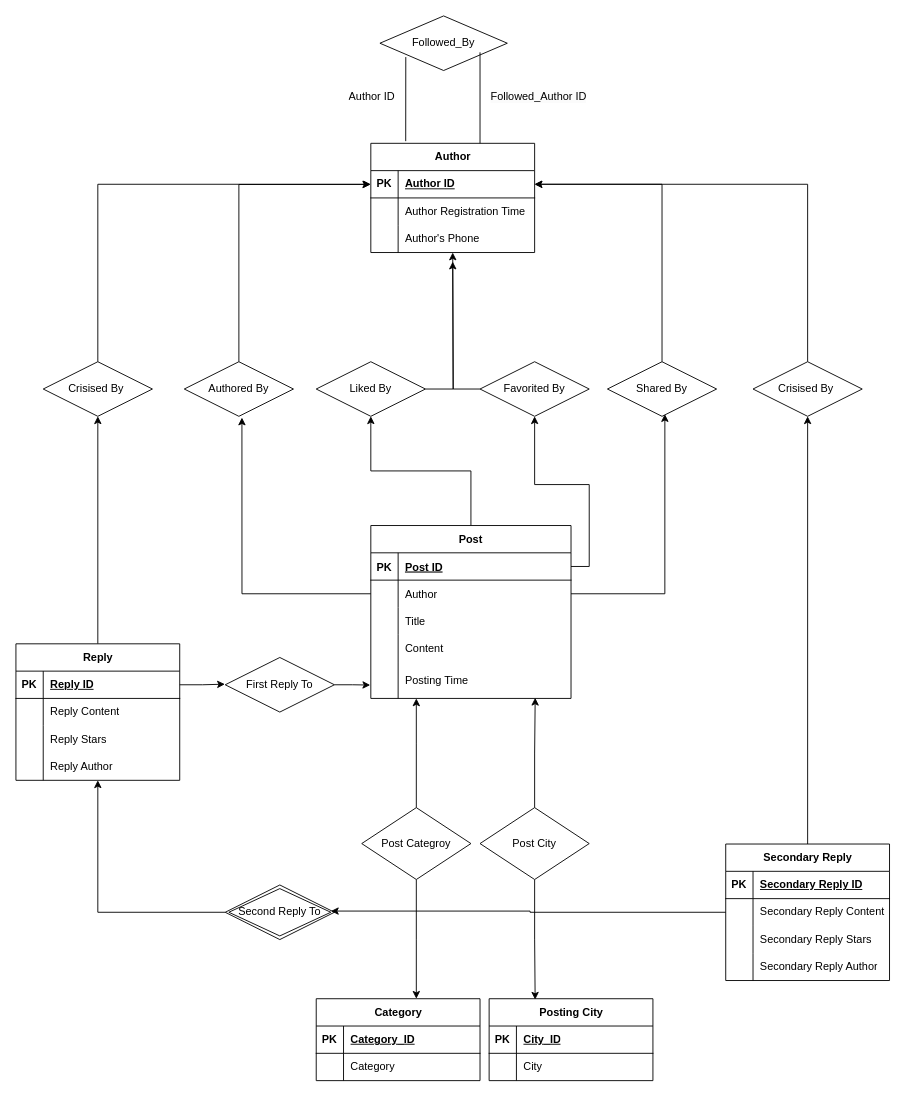
Earlier version of the draw.io diagram page "Page-1" (2 of 2) of ER图.drawio (LN57421/CS307-DataBase). Source tidied: cells renumbered, new cells numbered last; positions are measured from the earlier drawing's top-left corner, leaving out a move shared by most shapes. Both pictures are drawn from the tidied source at 91%, with x=0, y=0 at pixel (15, 15).
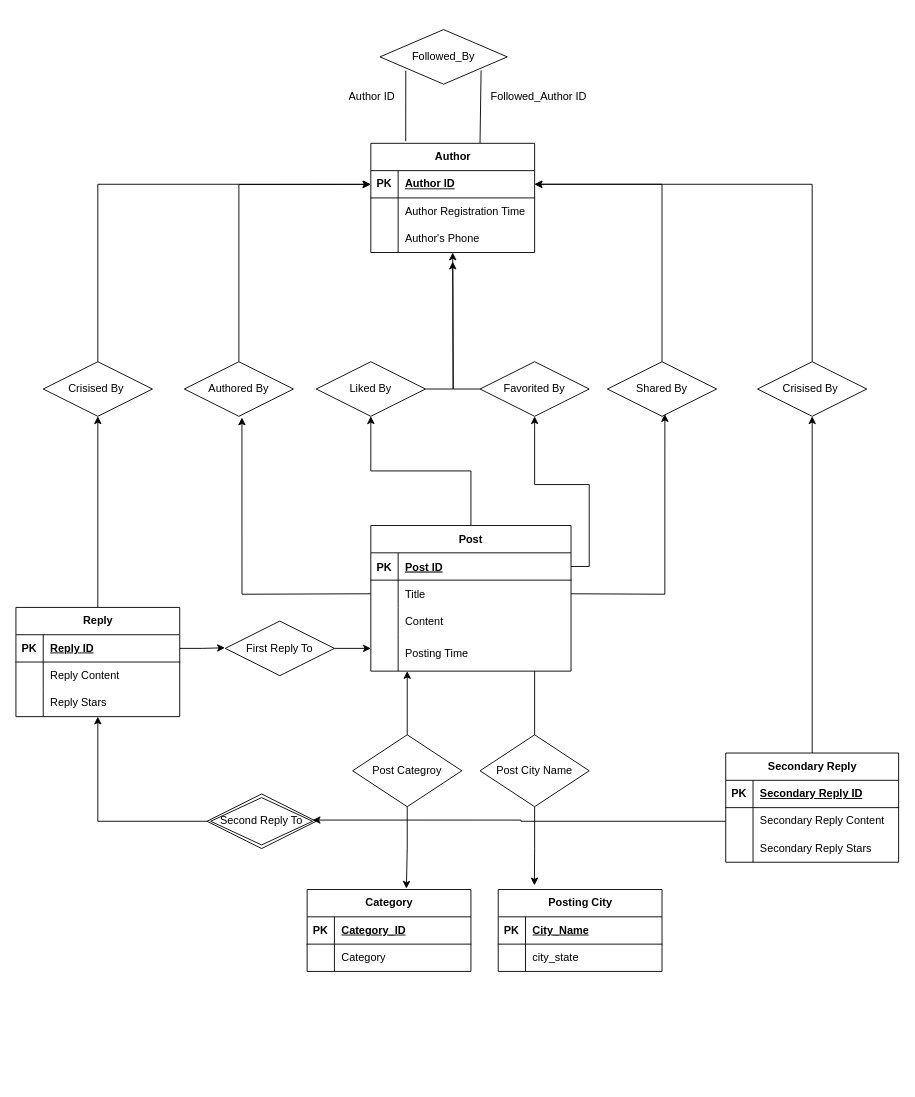
The same page after the edit.

The change refers to these unchanged cells:
```xml
<mxCell id="70" value="Authored By" style="shape=rhombus;perimeter=rhombusPerimeter;whiteSpace=wrap;html=1;align=center;" parent="1" vertex="1">
  <mxGeometry x="185" y="380" width="120" height="60" as="geometry" />
</mxCell>
<mxCell id="76" value="Shared By" style="shape=rhombus;perimeter=rhombusPerimeter;whiteSpace=wrap;html=1;align=center;" parent="1" vertex="1">
  <mxGeometry x="650" y="380" width="120" height="60" as="geometry" />
</mxCell>
<mxCell id="90" value="Crisised By&amp;nbsp;" style="shape=rhombus;perimeter=rhombusPerimeter;whiteSpace=wrap;html=1;align=center;" parent="1" vertex="1">
  <mxGeometry x="30" y="380" width="120" height="60" as="geometry" />
</mxCell>
<mxCell id="94" style="shape=tableRow;horizontal=0;startSize=0;swimlaneHead=0;swimlaneBody=0;fillColor=none;top=0;left=0;right=0;bottom=1;" parent="93" vertex="1">
  <mxGeometry y="30" width="180" height="30" as="geometry" />
</mxCell>
<mxCell id="97" style="shape=tableRow;horizontal=0;startSize=0;swimlaneHead=0;swimlaneBody=0;fillColor=none;top=0;left=0;right=0;bottom=0;" parent="93" vertex="1">
  <mxGeometry y="60" width="180" height="30" as="geometry" />
</mxCell>
```

What changed in the source:
```diff
@@
     <mxCell id="3" value="Post" style="shape=table;startSize=30;childLayout=tableLayout;rowLines=0;fontStyle=1;align=center;" parent="1" vertex="1">
-      <mxGeometry x="390" y="560" width="220" height="190" as="geometry" />
+      <mxGeometry x="390" y="560" width="220" height="160" as="geometry" />
     </mxCell>
@@
-    <mxCell id="7" style="shape=partialRectangle;fillColor=none;points=[[0,0.5],[1,0.5]];portConstraint=eastwest;top=0;left=0;right=0;bottom=0;" parent="3" vertex="1">
-      <mxGeometry y="60" width="220" height="30" as="geometry" />
-    </mxCell>
-    <mxCell id="8" style="shape=partialRectangle;overflow=hidden;fillColor=none;top=0;left=0;bottom=0;right=0;fontStyle=1;" parent="7" vertex="1">
-      <mxGeometry width="30" height="30" as="geometry" />
-    </mxCell>
-    <mxCell id="9" value="Author" style="shape=partialRectangle;overflow=hidden;fillColor=none;top=0;left=0;bottom=0;right=0;align=left;spacingLeft=6;fontStyle=0;" parent="7" vertex="1">
-      <mxGeometry x="30" width="190" height="30" as="geometry" />
-    </mxCell>
     <mxCell id="10" style="shape=partialRectangle;fillColor=none;top=0;left=0;right=0;bottom=0;" parent="3" vertex="1">
-      <mxGeometry y="90" width="220" height="30" as="geometry" />
+      <mxGeometry y="60" width="220" height="30" as="geometry" />
     </mxCell>
@@
     <mxCell id="13" style="shape=partialRectangle;fillColor=none;top=0;left=0;right=0;bottom=0;" parent="3" vertex="1">
-      <mxGeometry y="120" width="220" height="30" as="geometry" />
+      <mxGeometry y="90" width="220" height="30" as="geometry" />
     </mxCell>
@@
     <mxCell id="16" style="shape=partialRectangle;fillColor=none;points=[[0,0.5],[1,0.5]];portConstraint=eastwest;top=0;left=0;right=0;bottom=0;" parent="3" vertex="1">
-      <mxGeometry y="150" width="220" height="40" as="geometry" />
+      <mxGeometry y="120" width="220" height="40" as="geometry" />
     </mxCell>
@@
-    <mxCell id="19" style="edgeStyle=orthogonalEdgeStyle;rounded=0;jettySize=auto;html=1;entryX=0.5;entryY=1;entryDx=0;entryDy=0;entryPerimeter=0;" parent="1" edge="1" source="20" target="90">
+    <mxCell id="19" style="rounded=0;jettySize=auto;html=1;entryX=0.5;entryY=1;entryDx=0;entryDy=0;entryPerimeter=0;" parent="1" edge="1" source="20" target="90">
       <mxGeometry relative="1" as="geometry" />
     </mxCell>
     <mxCell id="20" value="Reply" style="shape=table;startSize=30;childLayout=tableLayout;rowLines=0;fontStyle=1;align=center;html=1;" parent="1" vertex="1">
-      <mxGeometry y="690" width="180" height="150" as="geometry" />
+      <mxGeometry y="650" width="180" height="120" as="geometry" />
     </mxCell>
@@
-    <mxCell id="30" style="shape=tableRow;horizontal=0;startSize=0;swimlaneHead=0;swimlaneBody=0;fillColor=none;top=0;left=0;right=0;bottom=0;" parent="20" vertex="1">
-      <mxGeometry y="120" width="180" height="30" as="geometry" />
-    </mxCell>
-    <mxCell id="31" style="shape=partialRectangle;fillColor=none;top=0;left=0;bottom=0;right=0;overflow=hidden;whiteSpace=wrap;html=1;" parent="30" vertex="1">
-      <mxGeometry width="30" height="30" as="geometry" />
-    </mxCell>
-    <mxCell id="32" value="Reply Author" style="shape=partialRectangle;fillColor=none;top=0;left=0;bottom=0;right=0;align=left;spacingLeft=6;overflow=hidden;whiteSpace=wrap;html=1;" parent="30" vertex="1">
-      <mxGeometry x="30" width="150" height="30" as="geometry" />
-    </mxCell>
@@
     <mxCell id="34" value="Secondary Reply" style="shape=table;startSize=30;childLayout=tableLayout;rowLines=0;fontStyle=1;align=center;html=1;" parent="1" vertex="1">
-      <mxGeometry x="780" y="910" width="180" height="150" as="geometry" />
+      <mxGeometry x="780" y="810" width="190" height="120" as="geometry" />
     </mxCell>
     <mxCell id="35" style="shape=tableRow;horizontal=0;startSize=0;swimlaneHead=0;swimlaneBody=0;fillColor=none;top=0;left=0;right=0;bottom=1;" parent="34" vertex="1">
-      <mxGeometry y="30" width="180" height="30" as="geometry" />
+      <mxGeometry y="30" width="190" height="30" as="geometry" />
     </mxCell>
@@
     <mxCell id="37" value="Secondary Reply ID" style="shape=partialRectangle;fillColor=none;top=0;left=0;bottom=0;right=0;align=left;spacingLeft=6;fontStyle=5;overflow=hidden;whiteSpace=wrap;html=1;" parent="35" vertex="1">
-      <mxGeometry x="30" width="150" height="30" as="geometry" />
+      <mxGeometry x="30" width="160" height="30" as="geometry" />
     </mxCell>
     <mxCell id="38" style="shape=tableRow;horizontal=0;startSize=0;swimlaneHead=0;swimlaneBody=0;fillColor=none;points=[[0,0.5],[1,0.5]];portConstraint=eastwest;top=0;left=0;right=0;bottom=0;" parent="34" vertex="1">
-      <mxGeometry y="60" width="180" height="30" as="geometry" />
+      <mxGeometry y="60" width="190" height="30" as="geometry" />
     </mxCell>
@@
     <mxCell id="40" value="Secondary Reply Content" style="shape=partialRectangle;fillColor=none;top=0;left=0;bottom=0;right=0;align=left;spacingLeft=6;overflow=hidden;whiteSpace=wrap;html=1;" parent="38" vertex="1">
-      <mxGeometry x="30" width="150" height="30" as="geometry" />
+      <mxGeometry x="30" width="160" height="30" as="geometry" />
     </mxCell>
     <mxCell id="41" style="shape=tableRow;horizontal=0;startSize=0;swimlaneHead=0;swimlaneBody=0;fillColor=none;top=0;left=0;right=0;bottom=0;" parent="34" vertex="1">
-      <mxGeometry y="90" width="180" height="30" as="geometry" />
+      <mxGeometry y="90" width="190" height="30" as="geometry" />
     </mxCell>
@@
     <mxCell id="43" value="Secondary Reply Stars" style="shape=partialRectangle;fillColor=none;top=0;left=0;bottom=0;right=0;align=left;spacingLeft=6;overflow=hidden;whiteSpace=wrap;html=1;" parent="41" vertex="1">
-      <mxGeometry x="30" width="150" height="30" as="geometry" />
+      <mxGeometry x="30" width="160" height="30" as="geometry" />
     </mxCell>
-    <mxCell id="44" style="shape=tableRow;horizontal=0;startSize=0;swimlaneHead=0;swimlaneBody=0;fillColor=none;top=0;left=0;right=0;bottom=0;" parent="34" vertex="1">
-      <mxGeometry y="120" width="180" height="30" as="geometry" />
-    </mxCell>
-    <mxCell id="45" style="shape=partialRectangle;fillColor=none;top=0;left=0;bottom=0;right=0;overflow=hidden;whiteSpace=wrap;html=1;" parent="44" vertex="1">
-      <mxGeometry width="30" height="30" as="geometry" />
-    </mxCell>
-    <mxCell id="46" value="Secondary Reply Author" style="shape=partialRectangle;fillColor=none;top=0;left=0;bottom=0;right=0;align=left;spacingLeft=6;overflow=hidden;whiteSpace=wrap;html=1;" parent="44" vertex="1">
-      <mxGeometry x="30" width="150" height="30" as="geometry" />
-    </mxCell>
-    <mxCell id="47" style="edgeStyle=orthogonalEdgeStyle;rounded=0;jettySize=auto;html=1;" parent="1" edge="1" source="49">
-      <mxGeometry relative="1" as="geometry">
-        <mxPoint x="440" y="1080" as="targetPoint" />
-      </mxGeometry>
-    </mxCell>
@@
+    <mxCell id="103" style="edgeStyle=orthogonalEdgeStyle;rounded=0;jettySize=auto;html=1;entryX=0.606;entryY=-0.011;entryDx=0;entryDy=0;entryPerimeter=0;" parent="1" edge="1" source="49" target="62">
+      <mxGeometry relative="1" as="geometry" />
+    </mxCell>
     <mxCell id="49" value="Post Categroy" style="shape=rhombus;perimeter=rhombusPerimeter;whiteSpace=wrap;html=1;align=center;" parent="1" vertex="1">
-      <mxGeometry x="380" y="870" width="120" height="79" as="geometry" />
+      <mxGeometry x="370" y="790" width="120" height="79" as="geometry" />
     </mxCell>
-    <mxCell id="50" style="edgeStyle=orthogonalEdgeStyle;rounded=0;jettySize=auto;html=1;entryX=-0.003;entryY=0.633;entryDx=0;entryDy=0;entryPerimeter=0;" parent="1" edge="1" source="51" target="16">
+    <mxCell id="50" style="edgeStyle=orthogonalEdgeStyle;rounded=0;jettySize=auto;html=1;entryX=0;entryY=0.375;entryDx=0;entryDy=0;entryPerimeter=0;" parent="1" edge="1" source="51" target="16">
       <mxGeometry relative="1" as="geometry" />
     </mxCell>
     <mxCell id="51" value="First Reply To" style="shape=rhombus;perimeter=rhombusPerimeter;whiteSpace=wrap;html=1;align=center;" parent="1" vertex="1">
-      <mxGeometry x="230" y="705" width="120" height="60" as="geometry" />
+      <mxGeometry x="230" y="665" width="120" height="60" as="geometry" />
     </mxCell>
@@
     <mxCell id="62" value="Category" style="shape=table;startSize=30;childLayout=tableLayout;rowLines=0;fontStyle=1;align=center;html=1;" parent="1" vertex="1">
-      <mxGeometry x="330" y="1080" width="180" height="90" as="geometry" />
+      <mxGeometry x="320" y="960" width="180" height="90" as="geometry" />
     </mxCell>
@@
     <mxCell id="72" value="Second Reply To" style="shape=rhombus;double=1;perimeter=rhombusPerimeter;whiteSpace=wrap;html=1;align=center;" parent="1" vertex="1">
-      <mxGeometry x="230" y="955" width="120" height="60" as="geometry" />
+      <mxGeometry x="210" y="855" width="120" height="60" as="geometry" />
     </mxCell>
@@
-    <mxCell id="81" style="edgeStyle=orthogonalEdgeStyle;rounded=0;jettySize=auto;html=1;entryX=0.526;entryY=0.96;entryDx=0;entryDy=0;entryPerimeter=0;" parent="1" edge="1" source="7" target="76">
-      <mxGeometry relative="1" as="geometry" />
+    <mxCell id="81" style="edgeStyle=orthogonalEdgeStyle;rounded=0;jettySize=auto;html=1;entryX=0.526;entryY=0.96;entryDx=0;entryDy=0;entryPerimeter=0;" parent="1" edge="1" target="76">
+      <mxGeometry relative="1" as="geometry">
+        <mxPoint x="610" y="635" as="sourcePoint" />
+      </mxGeometry>
     </mxCell>
-    <mxCell id="82" style="edgeStyle=orthogonalEdgeStyle;rounded=0;jettySize=auto;html=1;entryX=0.528;entryY=1.023;entryDx=0;entryDy=0;entryPerimeter=0;" parent="1" edge="1" source="7" target="70">
-      <mxGeometry relative="1" as="geometry" />
+    <mxCell id="82" style="edgeStyle=orthogonalEdgeStyle;rounded=0;jettySize=auto;html=1;entryX=0.528;entryY=1.023;entryDx=0;entryDy=0;entryPerimeter=0;" parent="1" edge="1" target="70">
+      <mxGeometry relative="1" as="geometry">
+        <mxPoint x="390" y="635" as="sourcePoint" />
+      </mxGeometry>
     </mxCell>
     <mxCell id="83" value="Followed_By" style="shape=rhombus;perimeter=rhombusPerimeter;whiteSpace=wrap;html=1;align=center;" parent="1" vertex="1">
-      <mxGeometry x="400" width="140" height="60" as="geometry" />
+      <mxGeometry x="400" y="15" width="140" height="60" as="geometry" />
     </mxCell>
@@
-    <mxCell id="86" style="endArrow=none;html=1;rounded=0;entryX=0.213;entryY=-0.02;entryDx=0;entryDy=0;entryPerimeter=0;" parent="1" edge="1">
+    <mxCell id="86" style="endArrow=none;html=1;rounded=0;entryX=0.213;entryY=-0.02;entryDx=0;entryDy=0;entryPerimeter=0;exitX=0.794;exitY=0.749;exitDx=0;exitDy=0;exitPerimeter=0;" parent="1" edge="1" source="83">
       <mxGeometry relative="1" as="geometry">
-        <mxPoint x="510" y="40" as="sourcePoint" />
         <mxPoint x="510" y="140" as="targetPoint" />
       </mxGeometry>
     </mxCell>
@@
     <mxCell id="92" value="Crisised By&amp;nbsp;" style="shape=rhombus;perimeter=rhombusPerimeter;whiteSpace=wrap;html=1;align=center;" parent="1" vertex="1">
-      <mxGeometry x="810" y="380" width="120" height="60" as="geometry" />
+      <mxGeometry x="815" y="380" width="120" height="60" as="geometry" />
     </mxCell>
+    <mxCell id="104" style="endArrow=none;html=1;rounded=0;" parent="1" edge="1" source="102">
+      <mxGeometry relative="1" as="geometry">
+        <mxPoint x="570" y="720" as="targetPoint" />
+      </mxGeometry>
+    </mxCell>
+    <mxCell id="100" style="edgeStyle=orthogonalEdgeStyle;rounded=0;jettySize=auto;html=1;entryX=0.221;entryY=-0.051;entryDx=0;entryDy=0;entryPerimeter=0;" parent="1" edge="1" source="102" target="93">
+      <mxGeometry relative="1" as="geometry" />
+    </mxCell>
+    <mxCell id="102" value="Post City Name" style="shape=rhombus;perimeter=rhombusPerimeter;whiteSpace=wrap;html=1;align=center;" parent="1" vertex="1">
+      <mxGeometry x="510" y="790" width="120" height="79" as="geometry" />
+    </mxCell>
     <mxCell id="93" value="Posting City" style="shape=table;startSize=30;childLayout=tableLayout;rowLines=0;fontStyle=1;align=center;html=1;" parent="1" vertex="1">
-      <mxGeometry x="520" y="1080" width="180" height="90" as="geometry" />
+      <mxGeometry x="530" y="960" width="180" height="90" as="geometry" />
     </mxCell>
@@
-    <mxCell id="96" value="City_ID" style="shape=partialRectangle;fillColor=none;top=0;left=0;bottom=0;right=0;align=left;spacingLeft=6;fontStyle=5;overflow=hidden;whiteSpace=wrap;html=1;" parent="94" vertex="1">
+    <mxCell id="96" value="City_Name" style="shape=partialRectangle;fillColor=none;top=0;left=0;bottom=0;right=0;align=left;spacingLeft=6;fontStyle=5;overflow=hidden;whiteSpace=wrap;html=1;" parent="94" vertex="1">
       <mxGeometry x="30" width="150" height="30" as="geometry" />
     </mxCell>
@@
-    <mxCell id="99" value="&lt;span style=&quot;border-color: var(--border-color);&quot;&gt;&lt;span style=&quot;border-color: var(--border-color);&quot;&gt;City&lt;br&gt;&lt;/span&gt;&lt;/span&gt;" style="shape=partialRectangle;fillColor=none;top=0;left=0;bottom=0;right=0;align=left;spacingLeft=6;overflow=hidden;whiteSpace=wrap;html=1;" parent="97" vertex="1">
+    <mxCell id="99" value="&lt;span style=&quot;border-color: var(--border-color);&quot;&gt;&lt;span style=&quot;border-color: var(--border-color);&quot;&gt;city_state&lt;br&gt;&lt;/span&gt;&lt;/span&gt;" style="shape=partialRectangle;fillColor=none;top=0;left=0;bottom=0;right=0;align=left;spacingLeft=6;overflow=hidden;whiteSpace=wrap;html=1;" parent="97" vertex="1">
       <mxGeometry x="30" width="150" height="30" as="geometry" />
     </mxCell>
-    <mxCell id="100" style="edgeStyle=orthogonalEdgeStyle;rounded=0;jettySize=auto;html=1;entryX=0.281;entryY=0.011;entryDx=0;entryDy=0;entryPerimeter=0;" parent="1" edge="1" source="102" target="93">
-      <mxGeometry relative="1" as="geometry" />
-    </mxCell>
-    <mxCell id="101" style="edgeStyle=orthogonalEdgeStyle;rounded=0;jettySize=auto;html=1;entryX=0.821;entryY=0.983;entryDx=0;entryDy=0;entryPerimeter=0;" parent="1" edge="1" source="102" target="16">
-      <mxGeometry relative="1" as="geometry" />
-    </mxCell>
-    <mxCell id="102" value="Post City" style="shape=rhombus;perimeter=rhombusPerimeter;whiteSpace=wrap;html=1;align=center;" parent="1" vertex="1">
-      <mxGeometry x="510" y="870" width="120" height="79" as="geometry" />
-    </mxCell>
```
